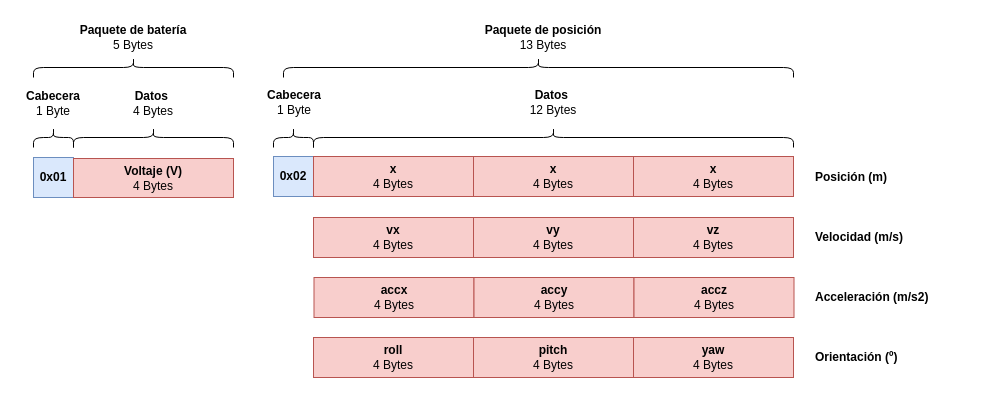
Before: page "Página-2" (2 of 2) of diagrams/drawio/datagrama.drawio in lcruper/tfm-multiagent, a draw.io diagram. Source tidied: cells renumbered, new cells numbered last; positions are measured from the earlier drawing's top-left corner, leaving out a move shared by most shapes. Both pictures are drawn from the tidied source at 100%, with x=0, y=0 at pixel (33, -188).
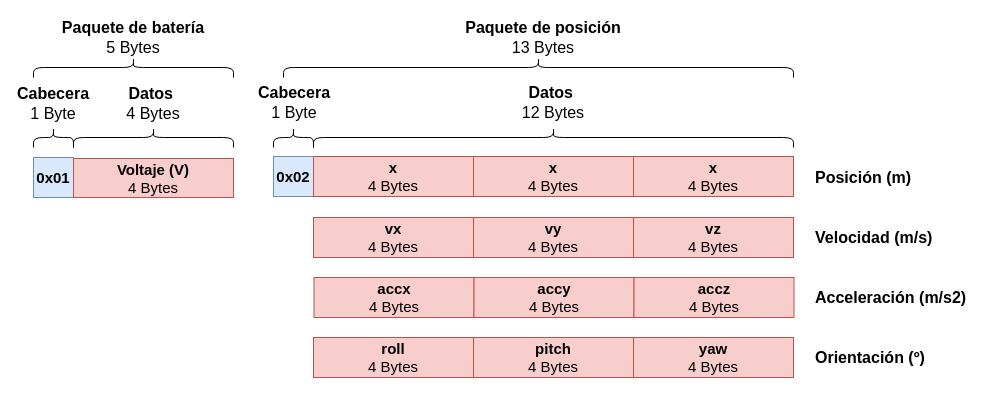
The same page after the edit.

What changed in the source:
```diff
@@
-    <mxCell id="2" value="&lt;b&gt;0x01&lt;/b&gt;" style="rounded=0;whiteSpace=wrap;html=1;fillColor=#dae8fc;strokeColor=#6c8ebf;" parent="1" vertex="1">
+    <mxCell id="2" value="&lt;b&gt;0x01&lt;/b&gt;" style="rounded=0;whiteSpace=wrap;html=1;fillColor=#dae8fc;strokeColor=#6c8ebf;fontSize=15;" parent="1" vertex="1">
       <mxGeometry y="345" width="40" height="40" as="geometry" />
     </mxCell>
-    <mxCell id="3" value="&lt;b&gt;Cabecera&lt;br&gt;&lt;/b&gt;&lt;div&gt;1 Byte&lt;/div&gt;" style="rounded=0;whiteSpace=wrap;html=1;fillColor=none;strokeColor=none;" parent="1" vertex="1">
+    <mxCell id="3" value="&lt;b&gt;Cabecera&lt;br&gt;&lt;/b&gt;&lt;div&gt;1 Byte&lt;/div&gt;" style="rounded=0;whiteSpace=wrap;html=1;fillColor=none;strokeColor=none;fontSize=16;" parent="1" vertex="1">
       <mxGeometry y="271" width="40" height="40" as="geometry" />
     </mxCell>
-    <mxCell id="4" style="shape=curlyBracket;whiteSpace=wrap;html=1;rounded=1;flipH=1;labelPosition=right;verticalLabelPosition=middle;align=left;verticalAlign=middle;rotation=-90;" parent="1" vertex="1">
+    <mxCell id="4" style="shape=curlyBracket;whiteSpace=wrap;html=1;rounded=1;flipH=1;labelPosition=right;verticalLabelPosition=middle;align=left;verticalAlign=middle;rotation=-90;fontSize=16;" parent="1" vertex="1">
       <mxGeometry x="10" y="305" width="20" height="40" as="geometry" />
     </mxCell>
-    <mxCell id="5" value="&lt;b&gt;Voltaje (V)&lt;/b&gt;&lt;div&gt;4 Bytes&lt;/div&gt;" style="rounded=0;whiteSpace=wrap;html=1;fillColor=#f8cecc;strokeColor=#b85450;" parent="1" vertex="1">
+    <mxCell id="5" value="&lt;b&gt;Voltaje (V)&lt;/b&gt;&lt;div&gt;4 Bytes&lt;/div&gt;" style="rounded=0;whiteSpace=wrap;html=1;fillColor=#f8cecc;strokeColor=#b85450;fontSize=15;" parent="1" vertex="1">
       <mxGeometry x="40" y="346" width="160" height="39" as="geometry" />
     </mxCell>
-    <mxCell id="6" value="&lt;b&gt;Datos&amp;nbsp;&lt;/b&gt;&lt;div&gt;4 Bytes&lt;/div&gt;" style="rounded=0;whiteSpace=wrap;html=1;fillColor=none;strokeColor=none;" parent="1" vertex="1">
+    <mxCell id="6" value="&lt;b&gt;Datos&amp;nbsp;&lt;/b&gt;&lt;div&gt;4 Bytes&lt;/div&gt;" style="rounded=0;whiteSpace=wrap;html=1;fillColor=none;strokeColor=none;fontSize=16;" parent="1" vertex="1">
       <mxGeometry x="40" y="271" width="160" height="40" as="geometry" />
     </mxCell>
-    <mxCell id="7" value="&lt;b&gt;0x02&lt;/b&gt;" style="rounded=0;whiteSpace=wrap;html=1;fillColor=#dae8fc;strokeColor=#6c8ebf;" parent="1" vertex="1">
+    <mxCell id="7" value="&lt;b&gt;0x02&lt;/b&gt;" style="rounded=0;whiteSpace=wrap;html=1;fillColor=#dae8fc;strokeColor=#6c8ebf;fontSize=15;" parent="1" vertex="1">
       <mxGeometry x="240" y="344" width="40" height="40" as="geometry" />
     </mxCell>
-    <mxCell id="8" value="&lt;b&gt;Cabecera&lt;br&gt;&lt;/b&gt;&lt;div&gt;1 Byte&lt;/div&gt;" style="rounded=0;whiteSpace=wrap;html=1;fillColor=none;strokeColor=none;" parent="1" vertex="1">
+    <mxCell id="8" value="&lt;b&gt;Cabecera&lt;br&gt;&lt;/b&gt;&lt;div&gt;1 Byte&lt;/div&gt;" style="rounded=0;whiteSpace=wrap;html=1;fillColor=none;strokeColor=none;fontSize=16;" parent="1" vertex="1">
       <mxGeometry x="240.5" y="270" width="40" height="40" as="geometry" />
     </mxCell>
-    <mxCell id="9" value="&lt;b&gt;x&lt;/b&gt;&lt;div&gt;4 Bytes&lt;b&gt;&lt;/b&gt;&lt;/div&gt;" style="rounded=0;whiteSpace=wrap;html=1;fillColor=#f8cecc;strokeColor=#b85450;" parent="1" vertex="1">
+    <mxCell id="9" value="&lt;b&gt;x&lt;/b&gt;&lt;div&gt;4 Bytes&lt;b&gt;&lt;/b&gt;&lt;/div&gt;" style="rounded=0;whiteSpace=wrap;html=1;fillColor=#f8cecc;strokeColor=#b85450;fontSize=15;" parent="1" vertex="1">
       <mxGeometry x="280" y="344" width="160" height="40" as="geometry" />
     </mxCell>
-    <mxCell id="10" value="&lt;b&gt;Datos&amp;nbsp;&lt;/b&gt;&lt;div&gt;12 Bytes&lt;/div&gt;" style="rounded=0;whiteSpace=wrap;html=1;fillColor=none;strokeColor=none;" parent="1" vertex="1">
+    <mxCell id="10" value="&lt;b&gt;Datos&amp;nbsp;&lt;/b&gt;&lt;div&gt;12 Bytes&lt;/div&gt;" style="rounded=0;whiteSpace=wrap;html=1;fillColor=none;strokeColor=none;fontSize=16;" parent="1" vertex="1">
       <mxGeometry x="280" y="270" width="480" height="40" as="geometry" />
     </mxCell>
-    <mxCell id="11" value="&lt;b&gt;x&lt;/b&gt;&lt;div&gt;4 Bytes&lt;b&gt;&lt;/b&gt;&lt;/div&gt;" style="rounded=0;whiteSpace=wrap;html=1;fillColor=#f8cecc;strokeColor=#b85450;" parent="1" vertex="1">
+    <mxCell id="11" value="&lt;b&gt;x&lt;/b&gt;&lt;div&gt;4 Bytes&lt;b&gt;&lt;/b&gt;&lt;/div&gt;" style="rounded=0;whiteSpace=wrap;html=1;fillColor=#f8cecc;strokeColor=#b85450;fontSize=15;" parent="1" vertex="1">
       <mxGeometry x="440" y="344" width="160" height="40" as="geometry" />
     </mxCell>
-    <mxCell id="12" value="&lt;b&gt;x&lt;/b&gt;&lt;div&gt;4 Bytes&lt;b&gt;&lt;/b&gt;&lt;/div&gt;" style="rounded=0;whiteSpace=wrap;html=1;fillColor=#f8cecc;strokeColor=#b85450;" parent="1" vertex="1">
+    <mxCell id="12" value="&lt;b&gt;x&lt;/b&gt;&lt;div&gt;4 Bytes&lt;b&gt;&lt;/b&gt;&lt;/div&gt;" style="rounded=0;whiteSpace=wrap;html=1;fillColor=#f8cecc;strokeColor=#b85450;fontSize=15;" parent="1" vertex="1">
       <mxGeometry x="600" y="344" width="160" height="40" as="geometry" />
     </mxCell>
-    <mxCell id="13" value="&lt;b&gt;vx&lt;/b&gt;&lt;div&gt;4 Bytes&lt;b&gt;&lt;/b&gt;&lt;/div&gt;" style="rounded=0;whiteSpace=wrap;html=1;fillColor=#f8cecc;strokeColor=#b85450;" parent="1" vertex="1">
+    <mxCell id="13" value="&lt;b&gt;vx&lt;/b&gt;&lt;div&gt;4 Bytes&lt;b&gt;&lt;/b&gt;&lt;/div&gt;" style="rounded=0;whiteSpace=wrap;html=1;fillColor=#f8cecc;strokeColor=#b85450;fontSize=15;" parent="1" vertex="1">
       <mxGeometry x="280" y="405" width="160" height="40" as="geometry" />
     </mxCell>
-    <mxCell id="14" value="&lt;b&gt;vy&lt;/b&gt;&lt;div&gt;4 Bytes&lt;b&gt;&lt;/b&gt;&lt;/div&gt;" style="rounded=0;whiteSpace=wrap;html=1;fillColor=#f8cecc;strokeColor=#b85450;" parent="1" vertex="1">
+    <mxCell id="14" value="&lt;b&gt;vy&lt;/b&gt;&lt;div&gt;4 Bytes&lt;b&gt;&lt;/b&gt;&lt;/div&gt;" style="rounded=0;whiteSpace=wrap;html=1;fillColor=#f8cecc;strokeColor=#b85450;fontSize=15;" parent="1" vertex="1">
       <mxGeometry x="440" y="405" width="160" height="40" as="geometry" />
     </mxCell>
-    <mxCell id="15" value="&lt;b&gt;vz&lt;/b&gt;&lt;div&gt;4 Bytes&lt;b&gt;&lt;/b&gt;&lt;/div&gt;" style="rounded=0;whiteSpace=wrap;html=1;fillColor=#f8cecc;strokeColor=#b85450;" parent="1" vertex="1">
+    <mxCell id="15" value="&lt;b&gt;vz&lt;/b&gt;&lt;div&gt;4 Bytes&lt;b&gt;&lt;/b&gt;&lt;/div&gt;" style="rounded=0;whiteSpace=wrap;html=1;fillColor=#f8cecc;strokeColor=#b85450;fontSize=15;" parent="1" vertex="1">
       <mxGeometry x="600" y="405" width="160" height="40" as="geometry" />
     </mxCell>
-    <mxCell id="16" value="&lt;b&gt;accx&lt;/b&gt;&lt;div&gt;4 Bytes&lt;b&gt;&lt;/b&gt;&lt;/div&gt;" style="rounded=0;whiteSpace=wrap;html=1;fillColor=#f8cecc;strokeColor=#b85450;" parent="1" vertex="1">
+    <mxCell id="16" value="&lt;b&gt;accx&lt;/b&gt;&lt;div&gt;4 Bytes&lt;b&gt;&lt;/b&gt;&lt;/div&gt;" style="rounded=0;whiteSpace=wrap;html=1;fillColor=#f8cecc;strokeColor=#b85450;fontSize=15;" parent="1" vertex="1">
       <mxGeometry x="280.5" y="465" width="160" height="40" as="geometry" />
     </mxCell>
-    <mxCell id="17" value="&lt;b&gt;accy&lt;/b&gt;&lt;div&gt;4 Bytes&lt;b&gt;&lt;/b&gt;&lt;/div&gt;" style="rounded=0;whiteSpace=wrap;html=1;fillColor=#f8cecc;strokeColor=#b85450;" parent="1" vertex="1">
+    <mxCell id="17" value="&lt;b&gt;accy&lt;/b&gt;&lt;div&gt;4 Bytes&lt;b&gt;&lt;/b&gt;&lt;/div&gt;" style="rounded=0;whiteSpace=wrap;html=1;fillColor=#f8cecc;strokeColor=#b85450;fontSize=15;" parent="1" vertex="1">
       <mxGeometry x="440.5" y="465" width="160" height="40" as="geometry" />
     </mxCell>
-    <mxCell id="18" value="&lt;b&gt;accz&lt;/b&gt;&lt;div&gt;4 Bytes&lt;b&gt;&lt;/b&gt;&lt;/div&gt;" style="rounded=0;whiteSpace=wrap;html=1;fillColor=#f8cecc;strokeColor=#b85450;" parent="1" vertex="1">
+    <mxCell id="18" value="&lt;b&gt;accz&lt;/b&gt;&lt;div&gt;4 Bytes&lt;b&gt;&lt;/b&gt;&lt;/div&gt;" style="rounded=0;whiteSpace=wrap;html=1;fillColor=#f8cecc;strokeColor=#b85450;fontSize=15;" parent="1" vertex="1">
       <mxGeometry x="600.5" y="465" width="160" height="40" as="geometry" />
     </mxCell>
-    <mxCell id="19" value="&lt;b&gt;roll&lt;/b&gt;&lt;div&gt;4 Bytes&lt;b&gt;&lt;/b&gt;&lt;/div&gt;" style="rounded=0;whiteSpace=wrap;html=1;fillColor=#f8cecc;strokeColor=#b85450;" parent="1" vertex="1">
+    <mxCell id="19" value="&lt;b&gt;roll&lt;/b&gt;&lt;div&gt;4 Bytes&lt;b&gt;&lt;/b&gt;&lt;/div&gt;" style="rounded=0;whiteSpace=wrap;html=1;fillColor=#f8cecc;strokeColor=#b85450;fontSize=15;" parent="1" vertex="1">
       <mxGeometry x="280" y="525" width="160" height="40" as="geometry" />
     </mxCell>
-    <mxCell id="20" value="&lt;b&gt;pitch&lt;/b&gt;&lt;div&gt;4 Bytes&lt;b&gt;&lt;/b&gt;&lt;/div&gt;" style="rounded=0;whiteSpace=wrap;html=1;fillColor=#f8cecc;strokeColor=#b85450;" parent="1" vertex="1">
+    <mxCell id="20" value="&lt;b&gt;pitch&lt;/b&gt;&lt;div&gt;4 Bytes&lt;b&gt;&lt;/b&gt;&lt;/div&gt;" style="rounded=0;whiteSpace=wrap;html=1;fillColor=#f8cecc;strokeColor=#b85450;fontSize=15;" parent="1" vertex="1">
       <mxGeometry x="440" y="525" width="160" height="40" as="geometry" />
     </mxCell>
-    <mxCell id="21" value="&lt;b&gt;yaw&lt;/b&gt;&lt;div&gt;4 Bytes&lt;b&gt;&lt;/b&gt;&lt;/div&gt;" style="rounded=0;whiteSpace=wrap;html=1;fillColor=#f8cecc;strokeColor=#b85450;" parent="1" vertex="1">
+    <mxCell id="21" value="&lt;b&gt;yaw&lt;/b&gt;&lt;div&gt;4 Bytes&lt;b&gt;&lt;/b&gt;&lt;/div&gt;" style="rounded=0;whiteSpace=wrap;html=1;fillColor=#f8cecc;strokeColor=#b85450;fontSize=15;" parent="1" vertex="1">
       <mxGeometry x="600" y="525" width="160" height="40" as="geometry" />
     </mxCell>
-    <mxCell id="22" style="shape=curlyBracket;whiteSpace=wrap;html=1;rounded=1;flipH=1;labelPosition=right;verticalLabelPosition=middle;align=left;verticalAlign=middle;rotation=-90;" parent="1" vertex="1">
+    <mxCell id="22" style="shape=curlyBracket;whiteSpace=wrap;html=1;rounded=1;flipH=1;labelPosition=right;verticalLabelPosition=middle;align=left;verticalAlign=middle;rotation=-90;fontSize=16;" parent="1" vertex="1">
       <mxGeometry x="110" y="245" width="20" height="160" as="geometry" />
     </mxCell>
-    <mxCell id="23" style="shape=curlyBracket;whiteSpace=wrap;html=1;rounded=1;flipH=1;labelPosition=right;verticalLabelPosition=middle;align=left;verticalAlign=middle;rotation=-90;" parent="1" vertex="1">
+    <mxCell id="23" style="shape=curlyBracket;whiteSpace=wrap;html=1;rounded=1;flipH=1;labelPosition=right;verticalLabelPosition=middle;align=left;verticalAlign=middle;rotation=-90;fontSize=16;" parent="1" vertex="1">
       <mxGeometry x="510" y="85" width="20" height="480" as="geometry" />
     </mxCell>
-    <mxCell id="24" style="shape=curlyBracket;whiteSpace=wrap;html=1;rounded=1;flipH=1;labelPosition=right;verticalLabelPosition=middle;align=left;verticalAlign=middle;rotation=-90;" parent="1" vertex="1">
+    <mxCell id="24" style="shape=curlyBracket;whiteSpace=wrap;html=1;rounded=1;flipH=1;labelPosition=right;verticalLabelPosition=middle;align=left;verticalAlign=middle;rotation=-90;fontSize=16;" parent="1" vertex="1">
       <mxGeometry x="250" y="305" width="20" height="40" as="geometry" />
     </mxCell>
-    <mxCell id="25" value="&lt;b&gt;Posición (m)&lt;/b&gt;" style="rounded=0;whiteSpace=wrap;html=1;fillColor=none;strokeColor=none;align=left;" parent="1" vertex="1">
-      <mxGeometry x="780" y="345" width="80" height="40" as="geometry" />
+    <mxCell id="25" value="&lt;b&gt;Posición (m)&lt;/b&gt;" style="rounded=0;whiteSpace=wrap;html=1;fillColor=none;strokeColor=none;align=left;fontSize=16;" parent="1" vertex="1">
+      <mxGeometry x="780" y="345" width="110" height="40" as="geometry" />
     </mxCell>
-    <mxCell id="26" value="&lt;b&gt;Velocidad (m/s)&lt;/b&gt;" style="rounded=0;whiteSpace=wrap;html=1;fillColor=none;strokeColor=none;align=left;" parent="1" vertex="1">
-      <mxGeometry x="780" y="405" width="100" height="40" as="geometry" />
+    <mxCell id="26" value="&lt;b&gt;Velocidad (m/s)&lt;/b&gt;" style="rounded=0;whiteSpace=wrap;html=1;fillColor=none;strokeColor=none;align=left;fontSize=16;" parent="1" vertex="1">
+      <mxGeometry x="780" y="405" width="120" height="40" as="geometry" />
     </mxCell>
-    <mxCell id="27" value="&lt;b&gt;Acceleración (m/s2)&lt;/b&gt;" style="rounded=0;whiteSpace=wrap;html=1;fillColor=none;strokeColor=none;align=left;" parent="1" vertex="1">
-      <mxGeometry x="780" y="465" width="120" height="40" as="geometry" />
+    <mxCell id="27" value="&lt;b&gt;Acceleración (m/s2)&lt;/b&gt;" style="rounded=0;whiteSpace=wrap;html=1;fillColor=none;strokeColor=none;align=left;fontSize=16;" parent="1" vertex="1">
+      <mxGeometry x="780" y="465" width="160" height="40" as="geometry" />
     </mxCell>
-    <mxCell id="28" value="&lt;b&gt;Orientación (º)&lt;/b&gt;" style="rounded=0;whiteSpace=wrap;html=1;fillColor=none;strokeColor=none;align=left;" parent="1" vertex="1">
-      <mxGeometry x="780" y="525" width="90" height="40" as="geometry" />
+    <mxCell id="28" value="&lt;b&gt;Orientación (º)&lt;/b&gt;" style="rounded=0;whiteSpace=wrap;html=1;fillColor=none;strokeColor=none;align=left;fontSize=16;" parent="1" vertex="1">
+      <mxGeometry x="780" y="525" width="120" height="40" as="geometry" />
     </mxCell>
-    <mxCell id="29" value="&lt;b&gt;Paquete de batería&lt;/b&gt;&lt;div&gt;5 Bytes&lt;/div&gt;" style="rounded=0;whiteSpace=wrap;html=1;fillColor=none;strokeColor=none;" parent="1" vertex="1">
+    <mxCell id="29" value="&lt;b&gt;Paquete de batería&lt;/b&gt;&lt;div&gt;5 Bytes&lt;/div&gt;" style="rounded=0;whiteSpace=wrap;html=1;fillColor=none;strokeColor=none;fontSize=16;" parent="1" vertex="1">
       <mxGeometry y="205" width="200" height="40" as="geometry" />
     </mxCell>
-    <mxCell id="30" value="&lt;b&gt;Paquete de posición&lt;/b&gt;&lt;div&gt;13 Bytes&lt;/div&gt;" style="rounded=0;whiteSpace=wrap;html=1;fillColor=none;strokeColor=none;" parent="1" vertex="1">
+    <mxCell id="30" value="&lt;b&gt;Paquete de posición&lt;/b&gt;&lt;div&gt;13 Bytes&lt;/div&gt;" style="rounded=0;whiteSpace=wrap;html=1;fillColor=none;strokeColor=none;fontSize=16;" parent="1" vertex="1">
       <mxGeometry x="250" y="205" width="520" height="40" as="geometry" />
     </mxCell>
-    <mxCell id="31" style="shape=curlyBracket;whiteSpace=wrap;html=1;rounded=1;flipH=1;labelPosition=right;verticalLabelPosition=middle;align=left;verticalAlign=middle;rotation=-90;" parent="1" vertex="1">
+    <mxCell id="31" style="shape=curlyBracket;whiteSpace=wrap;html=1;rounded=1;flipH=1;labelPosition=right;verticalLabelPosition=middle;align=left;verticalAlign=middle;rotation=-90;fontSize=16;" parent="1" vertex="1">
       <mxGeometry x="90" y="155" width="20" height="200" as="geometry" />
     </mxCell>
-    <mxCell id="32" style="shape=curlyBracket;whiteSpace=wrap;html=1;rounded=1;flipH=1;labelPosition=right;verticalLabelPosition=middle;align=left;verticalAlign=middle;rotation=-90;" parent="1" vertex="1">
+    <mxCell id="32" style="shape=curlyBracket;whiteSpace=wrap;html=1;rounded=1;flipH=1;labelPosition=right;verticalLabelPosition=middle;align=left;verticalAlign=middle;rotation=-90;fontSize=16;" parent="1" vertex="1">
       <mxGeometry x="495" width="20" height="510" as="geometry" />
     </mxCell>
```
